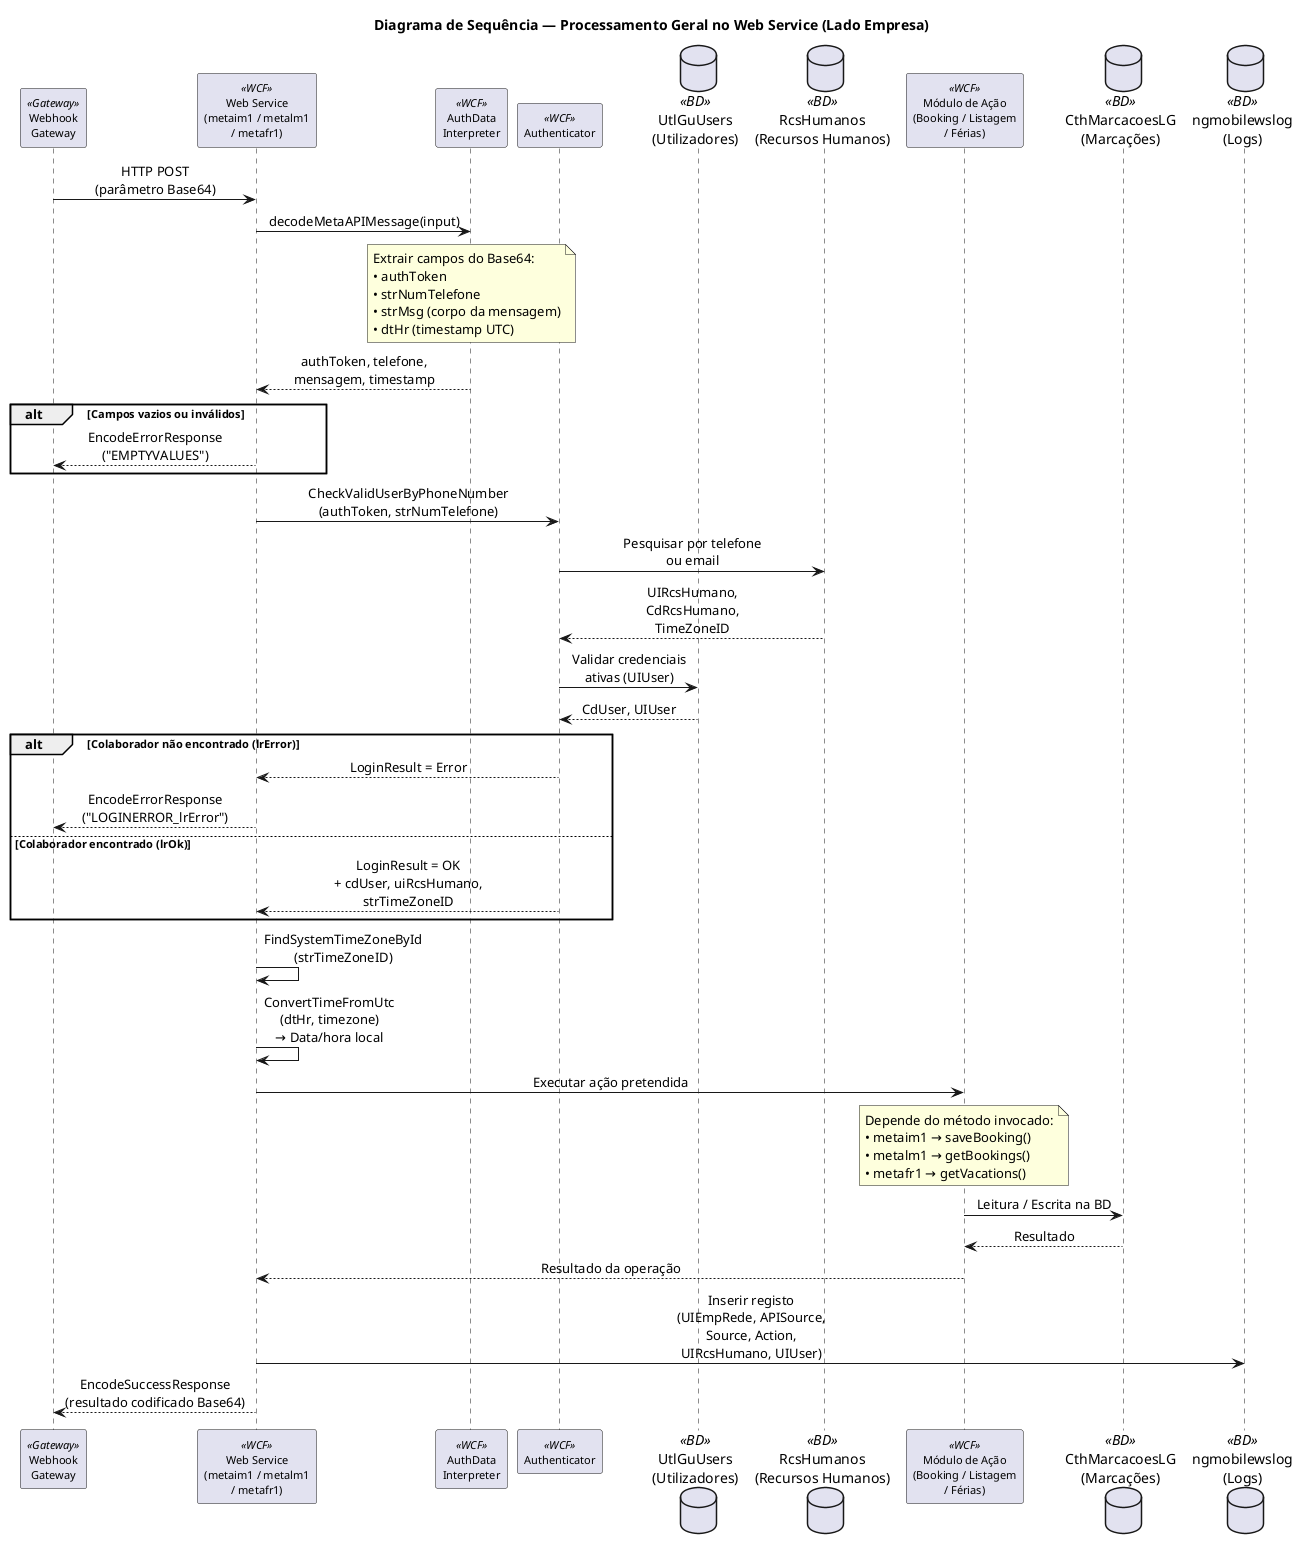
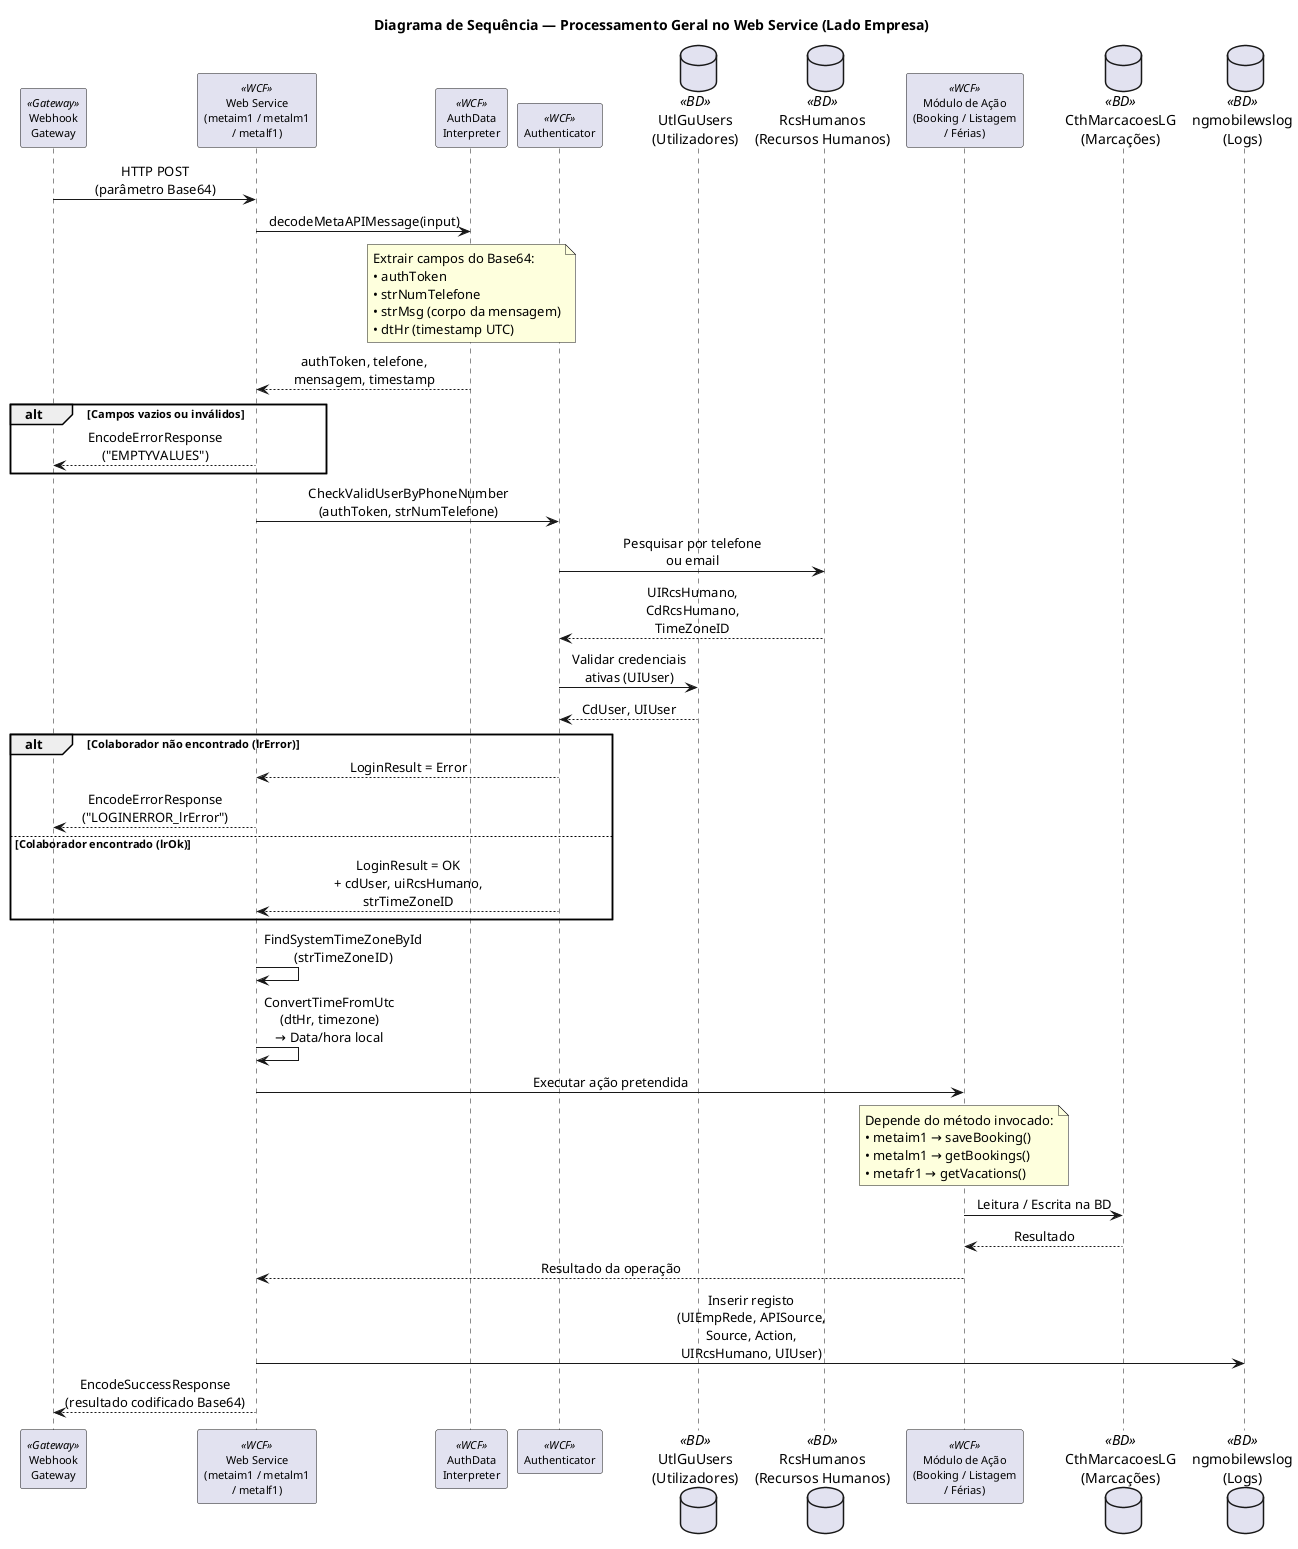
@startuml sequencia_processamento_erp
skinparam backgroundColor #FFFFFF
skinparam shadowing false
skinparam defaultFontName "Segoe UI"
skinparam sequenceMessageAlign center
skinparam maxMessageSize 220
skinparam sequenceParticipantFontSize 11
skinparam sequenceMessageFontSize 11

title Diagrama de Sequência — Processamento Geral no Web Service (Lado Empresa)

participant "Webhook\nGateway" as gw <<Gateway>>
- participant "Web Service\n(metaim1 / metalm1\n/ metafr1)" as ws <<WCF>>
+ participant "Web Service\n(metaim1 / metalm1\n/ metalf1)" as ws <<WCF>>
participant "AuthData\nInterpreter" as decoder <<WCF>>
participant "Authenticator" as auth <<WCF>>
database "UtlGuUsers\n(Utilizadores)" as usr <<BD>>
database "RcsHumanos\n(Recursos Humanos)" as rh <<BD>>
participant "Módulo de Ação\n(Booking / Listagem\n/ Férias)" as action <<WCF>>
database "CthMarcacoesLG\n(Marcações)" as mrc <<BD>>
database "ngmobilewslog\n(Logs)" as logs <<BD>>

' ─── Fluxo de Processamento ───────────────────────────────

gw -> ws : HTTP POST\n(parâmetro Base64)

ws -> decoder : decodeMetaAPIMessage(input)

note over decoder
  Extrair campos do Base64:
  • authToken
  • strNumTelefone
  • strMsg (corpo da mensagem)
  • dtHr (timestamp UTC)
end note

decoder --> ws : authToken, telefone,\nmensagem, timestamp

' ─── Validação de Campos ─────────────────────────────────

alt Campos vazios ou inválidos
    ws --> gw : EncodeErrorResponse\n("EMPTYVALUES")
end

' ─── Resolução de Identidade ─────────────────────────────

ws -> auth : CheckValidUserByPhoneNumber\n(authToken, strNumTelefone)

auth -> rh : Pesquisar por telefone\nou email
rh --> auth : UIRcsHumano,\nCdRcsHumano,\nTimeZoneID

auth -> usr : Validar credenciais\nativas (UIUser)
usr --> auth : CdUser, UIUser

alt Colaborador não encontrado (lrError)
    auth --> ws : LoginResult = Error
    ws --> gw : EncodeErrorResponse\n("LOGINERROR_lrError")
else Colaborador encontrado (lrOk)
    auth --> ws : LoginResult = OK\n+ cdUser, uiRcsHumano,\nstrTimeZoneID
end

' ─── Conversão de Fuso Horário ────────────────────────────

ws -> ws : FindSystemTimeZoneById\n(strTimeZoneID)
ws -> ws : ConvertTimeFromUtc\n(dtHr, timezone)\n→ Data/hora local

' ─── Execução da Ação Específica ──────────────────────────

ws -> action : Executar ação pretendida

note over action
  Depende do método invocado:
  • metaim1 → saveBooking()
  • metalm1 → getBookings()
  • metafr1 → getVacations()
end note

action -> mrc : Leitura / Escrita na BD
mrc --> action : Resultado

action --> ws : Resultado da operação

' ─── Registo de Log ───────────────────────────────────────

ws -> logs : Inserir registo\n(UIEmpRede, APISource,\nSource, Action,\nUIRcsHumano, UIUser)

' ─── Resposta ao Gateway ─────────────────────────────────

ws --> gw : EncodeSuccessResponse\n(resultado codificado Base64)

@enduml
